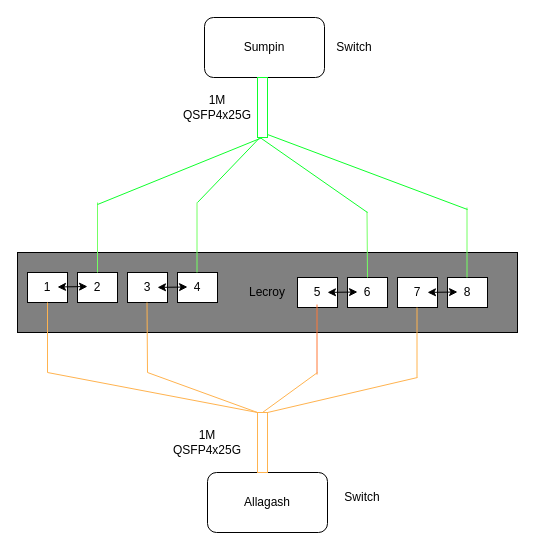
Earlier version of the draw.io diagram LeCroy Connection.drawio (kongzhongfeima/draw_io). Source tidied: cells renumbered, new cells numbered last; positions are measured from the earlier drawing's top-left corner, leaving out a move shared by most shapes. Both pictures are drawn from the tidied source at 100%, with x=0, y=0 at pixel (17, 17).
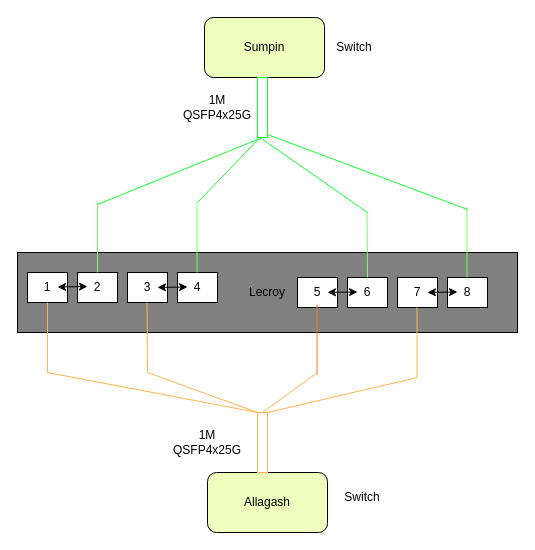
Above is the later version.

Change to the diagram source:
```diff
@@
-    <mxCell id="11" value="Allagash" style="rounded=1;whiteSpace=wrap;html=1;" parent="1" vertex="1">
+    <mxCell id="11" value="Allagash" style="rounded=1;whiteSpace=wrap;html=1;fillColor=#EEFFBD;" parent="1" vertex="1">
       <mxGeometry x="190" y="455" width="120" height="60" as="geometry" />
     </mxCell>
@@
-    <mxCell id="19" value="Sumpin" style="rounded=1;whiteSpace=wrap;html=1;" parent="1" vertex="1">
+    <mxCell id="19" value="Sumpin" style="rounded=1;whiteSpace=wrap;html=1;fillColor=#EEFFBD;" parent="1" vertex="1">
       <mxGeometry x="187" width="120" height="60" as="geometry" />
     </mxCell>
```
